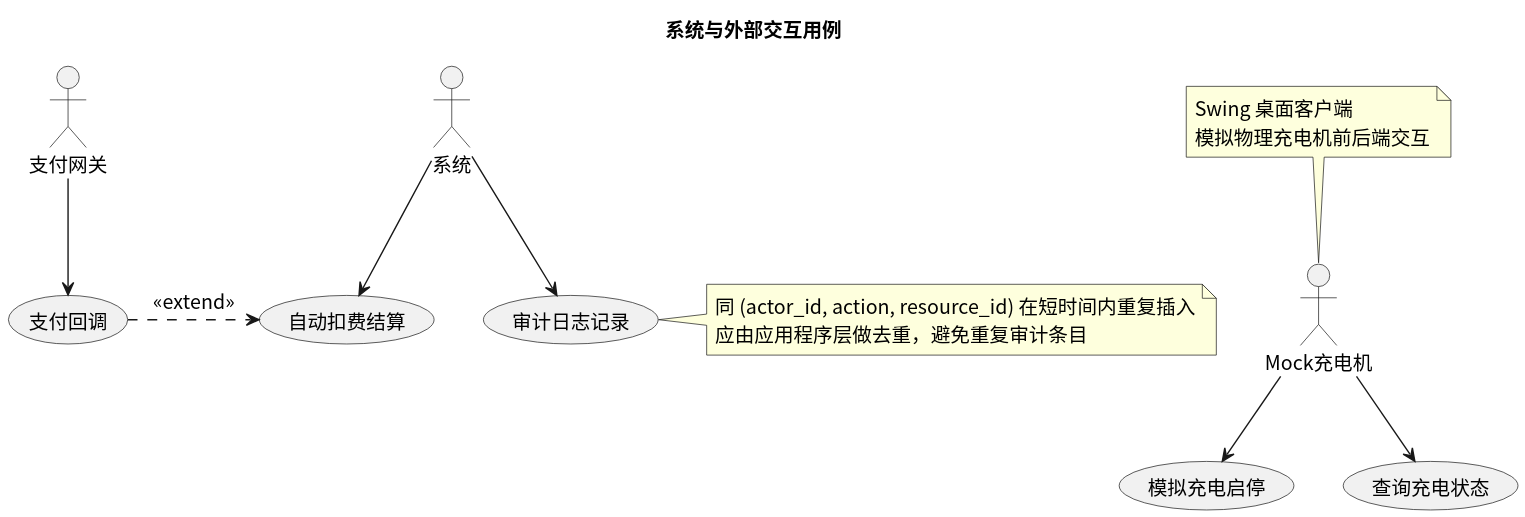
The PlantUML diagram usecase/docs/overview/img/external_usecases.svg in greenhandzdl/charging-station-doc, before a commit.
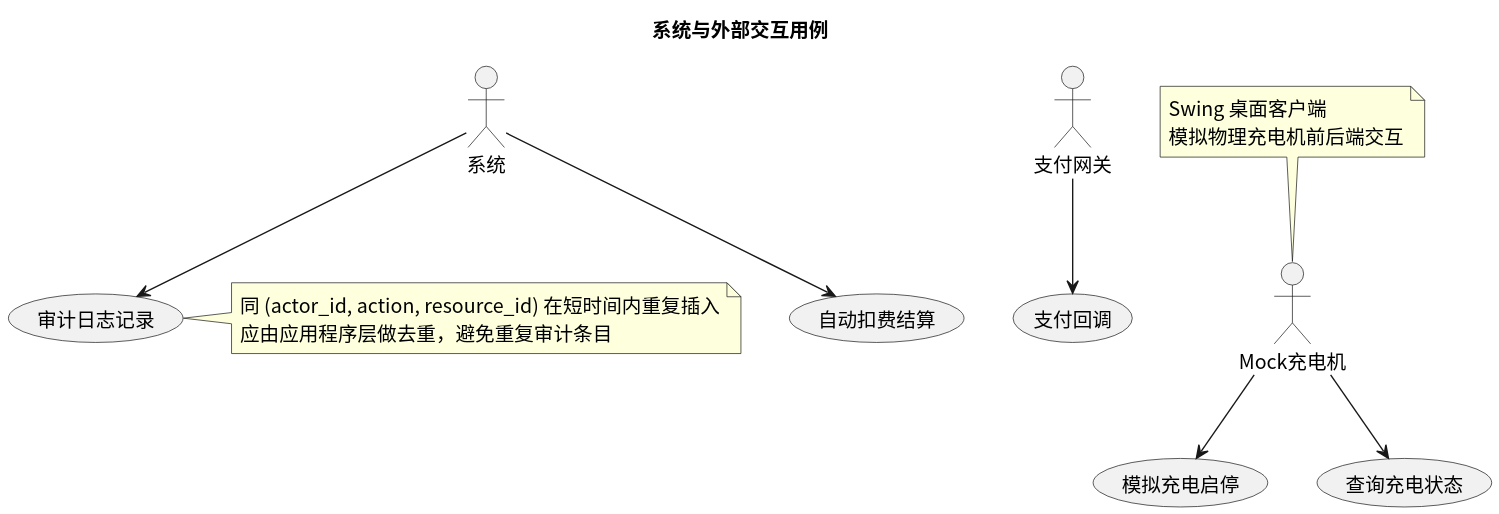
Later version of the same file.

Diff of the diagram source:
```diff
@@ -22,6 +22,4 @@
 MC --> MCS
 MC --> QC_CM
 note top of MC : Swing 桌面客户端\n模拟物理充电机前后端交互
-
-AUTO <.left. CB : <<extend>>
 @enduml
```
